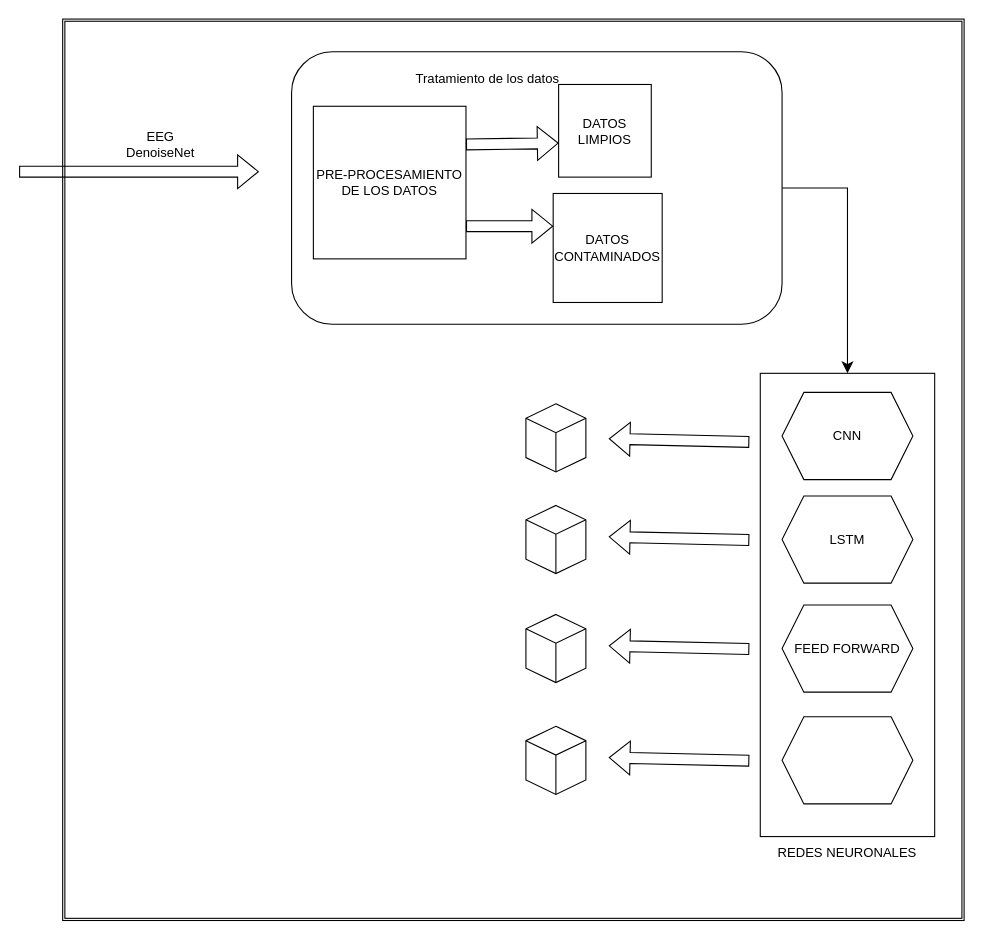
The draw.io diagram black-box.drawio in bramenn/eeg-repo, before the edit. Source tidied: cells renumbered, new cells numbered last; positions are measured from the earlier drawing's top-left corner, leaving out a move shared by most shapes. Both pictures are drawn from the tidied source at 109%, with x=0, y=0 at pixel (19, 19).
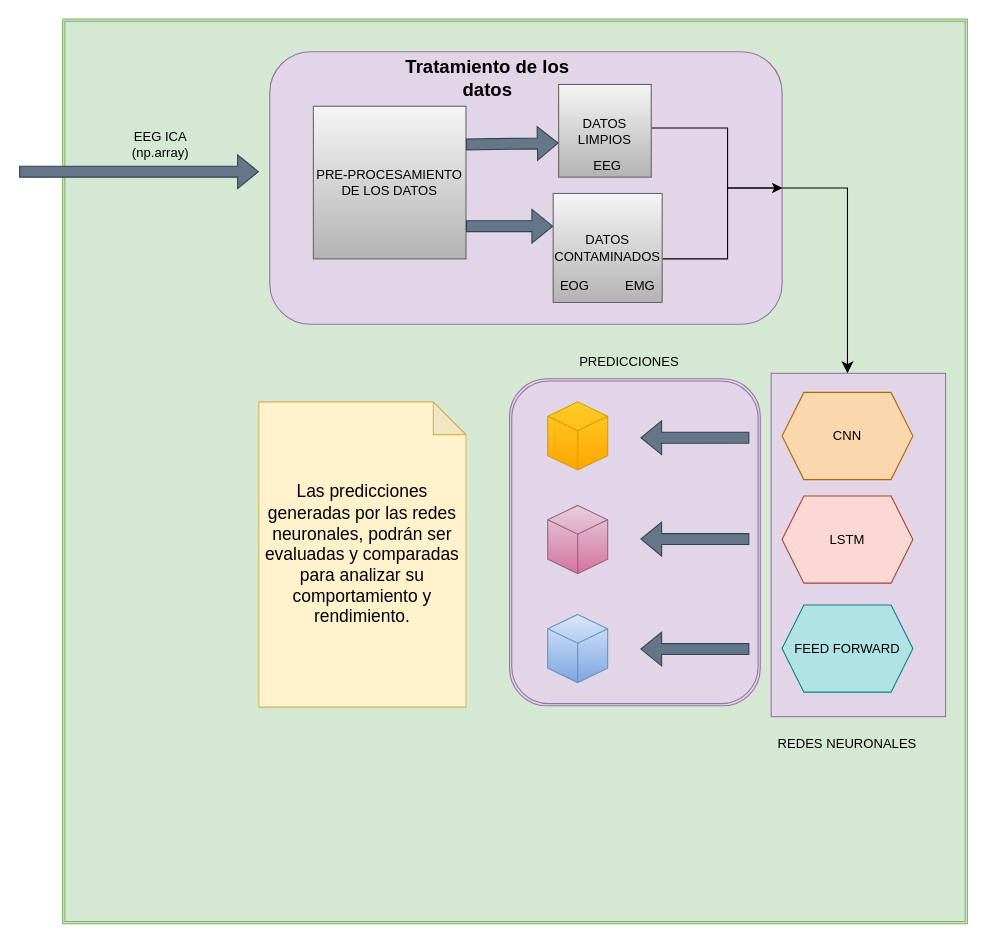
After the change.

Commit message (it also covers changes not shown here):
Se agrega correcion de la caja negra

Diff of the diagram source:
```diff
@@
-    <mxCell id="2" style="shape=ext;double=1;whiteSpace=wrap;html=1;" parent="1" vertex="1">
-      <mxGeometry x="40" width="827" height="827" as="geometry" />
+    <mxCell id="2" style="shape=ext;double=1;whiteSpace=wrap;html=1;fillColor=#d5e8d4;strokeColor=#82b366;" parent="1" vertex="1">
+      <mxGeometry x="40" width="830" height="830" as="geometry" />
     </mxCell>
+    <mxCell id="27" style="shape=ext;double=1;rounded=1;whiteSpace=wrap;html=1;fillColor=#e1d5e7;strokeColor=#9673a6;" parent="1" vertex="1">
+      <mxGeometry x="450" y="330" width="230" height="300" as="geometry" />
+    </mxCell>
-    <mxCell id="3" style="rounded=0;whiteSpace=wrap;html=1;" parent="1" vertex="1">
-      <mxGeometry x="680" y="325" width="160" height="425" as="geometry" />
+    <mxCell id="3" style="rounded=0;whiteSpace=wrap;html=1;fillColor=#e1d5e7;strokeColor=#9673a6;" parent="1" vertex="1">
+      <mxGeometry x="690" y="325" width="160" height="315" as="geometry" />
     </mxCell>
-    <mxCell id="4" style="rounded=1;whiteSpace=wrap;html=1;" parent="1" vertex="1">
-      <mxGeometry x="250" y="30" width="450" height="250" as="geometry" />
+    <mxCell id="4" style="rounded=1;whiteSpace=wrap;html=1;fillColor=#e1d5e7;strokeColor=#9673a6;" parent="1" vertex="1">
+      <mxGeometry x="230" y="30" width="470" height="250" as="geometry" />
     </mxCell>
-    <mxCell id="5" style="shape=flexArrow;endArrow=classic;html=1;rounded=0;" parent="1" edge="1">
+    <mxCell id="5" style="shape=flexArrow;endArrow=classic;html=1;rounded=0;fillColor=#647687;strokeColor=#314354;" parent="1" edge="1">
       <mxGeometry relative="1" as="geometry">
         <mxPoint y="140" as="sourcePoint" />
         <mxPoint x="220" y="140" as="targetPoint" />
       </mxGeometry>
     </mxCell>
-    <mxCell id="6" value="EEG DenoiseNet" style="text;html=1;strokeColor=none;fillColor=none;align=center;verticalAlign=middle;whiteSpace=wrap;rounded=0;" parent="1" vertex="1">
+    <mxCell id="6" value="EEG ICA (np.array)" style="text;html=1;strokeColor=none;fillColor=none;align=center;verticalAlign=middle;whiteSpace=wrap;rounded=0;" parent="1" vertex="1">
       <mxGeometry x="100" y="100" width="60" height="30" as="geometry" />
     </mxCell>
-    <mxCell id="7" value="PRE-PROCESAMIENTO DE LOS DATOS" style="whiteSpace=wrap;html=1;" parent="1" vertex="1">
+    <mxCell id="7" value="PRE-PROCESAMIENTO DE LOS DATOS" style="whiteSpace=wrap;html=1;fillColor=#f5f5f5;gradientColor=#b3b3b3;strokeColor=#666666;" parent="1" vertex="1">
       <mxGeometry x="270" y="80" width="140" height="140" as="geometry" />
     </mxCell>
+    <mxCell id="28" style="edgeStyle=orthogonalEdgeStyle;rounded=0;jettySize=auto;html=1;entryX=1;entryY=0.5;entryDx=0;entryDy=0;" parent="1" edge="1" source="8" target="4">
+      <mxGeometry relative="1" as="geometry">
+        <Array as="points">
+          <mxPoint x="650" y="100" />
+          <mxPoint x="650" y="155" />
+        </Array>
+      </mxGeometry>
+    </mxCell>
-    <mxCell id="8" value="DATOS LIMPIOS" style="whiteSpace=wrap;html=1;" parent="1" vertex="1">
+    <mxCell id="8" value="DATOS LIMPIOS" style="whiteSpace=wrap;html=1;fillColor=#f5f5f5;gradientColor=#b3b3b3;strokeColor=#666666;" parent="1" vertex="1">
       <mxGeometry x="495" y="60" width="85" height="85" as="geometry" />
     </mxCell>
+    <mxCell id="29" style="edgeStyle=orthogonalEdgeStyle;rounded=0;jettySize=auto;html=1;entryX=1;entryY=0.5;entryDx=0;entryDy=0;" parent="1" edge="1" source="9" target="4">
+      <mxGeometry relative="1" as="geometry">
+        <Array as="points">
+          <mxPoint x="650" y="220" />
+          <mxPoint x="650" y="155" />
+        </Array>
+      </mxGeometry>
+    </mxCell>
-    <mxCell id="9" value="DATOS CONTAMINADOS" style="whiteSpace=wrap;html=1;" parent="1" vertex="1">
+    <mxCell id="9" value="DATOS CONTAMINADOS" style="whiteSpace=wrap;html=1;fillColor=#f5f5f5;gradientColor=#b3b3b3;strokeColor=#666666;" parent="1" vertex="1">
       <mxGeometry x="490" y="160" width="100" height="100" as="geometry" />
     </mxCell>
-    <mxCell id="10" value="Tratamiento de los datos" style="text;html=1;strokeColor=none;fillColor=none;align=center;verticalAlign=middle;whiteSpace=wrap;rounded=0;" parent="1" vertex="1">
+    <mxCell id="10" value="&lt;b&gt;&lt;font style=&quot;font-size: 17px;&quot;&gt;Tratamiento de los datos&lt;/font&gt;&lt;/b&gt;" style="text;html=1;strokeColor=none;fillColor=none;align=center;verticalAlign=middle;whiteSpace=wrap;rounded=0;" parent="1" vertex="1">
       <mxGeometry x="340" y="40" width="180" height="30" as="geometry" />
     </mxCell>
-    <mxCell id="11" value="CNN" style="shape=hexagon;perimeter=hexagonPerimeter2;whiteSpace=wrap;html=1;fixedSize=1;" parent="1" vertex="1">
+    <mxCell id="11" value="CNN" style="shape=hexagon;perimeter=hexagonPerimeter2;whiteSpace=wrap;html=1;fixedSize=1;fillColor=#fad7ac;strokeColor=#b46504;" parent="1" vertex="1">
       <mxGeometry x="700" y="342.5" width="120" height="80" as="geometry" />
     </mxCell>
-    <mxCell id="12" value="LSTM" style="shape=hexagon;perimeter=hexagonPerimeter2;whiteSpace=wrap;html=1;fixedSize=1;" parent="1" vertex="1">
+    <mxCell id="12" value="LSTM" style="shape=hexagon;perimeter=hexagonPerimeter2;whiteSpace=wrap;html=1;fixedSize=1;fillColor=#fad9d5;strokeColor=#ae4132;" parent="1" vertex="1">
       <mxGeometry x="700" y="437.5" width="120" height="80" as="geometry" />
     </mxCell>
-    <mxCell id="13" value="FEED FORWARD" style="shape=hexagon;perimeter=hexagonPerimeter2;whiteSpace=wrap;html=1;fixedSize=1;" parent="1" vertex="1">
+    <mxCell id="13" value="FEED FORWARD" style="shape=hexagon;perimeter=hexagonPerimeter2;whiteSpace=wrap;html=1;fixedSize=1;fillColor=#b0e3e6;strokeColor=#0e8088;" parent="1" vertex="1">
       <mxGeometry x="700" y="537.5" width="120" height="80" as="geometry" />
     </mxCell>
     <mxCell id="14" value="REDES NEURONALES" style="text;html=1;strokeColor=none;fillColor=none;align=center;verticalAlign=middle;whiteSpace=wrap;rounded=0;" parent="1" vertex="1">
-      <mxGeometry x="670" y="750" width="180" height="30" as="geometry" />
+      <mxGeometry x="670" y="650" width="180" height="30" as="geometry" />
     </mxCell>
-    <mxCell id="15" style="edgeStyle=elbowEdgeStyle;elbow=horizontal;endArrow=classic;html=1;curved=0;rounded=0;endSize=8;startSize=8;exitX=1;exitY=0.5;exitDx=0;exitDy=0;entryX=0.5;entryY=0;entryDx=0;entryDy=0;" parent="1" edge="1" source="4" target="3">
+    <mxCell id="15" style="edgeStyle=elbowEdgeStyle;elbow=horizontal;endArrow=classic;html=1;curved=0;rounded=0;endSize=8;startSize=8;exitX=1;exitY=0.5;exitDx=0;exitDy=0;" parent="1" edge="1" source="4" target="3">
       <mxGeometry relative="1" as="geometry">
         <Array as="points">
           <mxPoint x="760" y="230" />
         </Array>
       </mxGeometry>
     </mxCell>
-    <mxCell id="16" style="shape=flexArrow;endArrow=classic;html=1;rounded=0;exitX=1;exitY=0.25;exitDx=0;exitDy=0;entryX=0;entryY=0.633;entryDx=0;entryDy=0;entryPerimeter=0;" parent="1" edge="1" source="7" target="8">
+    <mxCell id="16" style="shape=flexArrow;endArrow=classic;html=1;rounded=0;exitX=1;exitY=0.25;exitDx=0;exitDy=0;entryX=0;entryY=0.633;entryDx=0;entryDy=0;entryPerimeter=0;fillColor=#647687;strokeColor=#314354;" parent="1" edge="1" source="7" target="8">
       <mxGeometry relative="1" as="geometry" />
     </mxCell>
-    <mxCell id="17" style="shape=flexArrow;endArrow=classic;html=1;rounded=0;exitX=1;exitY=0.25;exitDx=0;exitDy=0;entryX=0;entryY=0.5;entryDx=0;entryDy=0;" parent="1" edge="1">
+    <mxCell id="17" style="shape=flexArrow;endArrow=classic;html=1;rounded=0;exitX=1;exitY=0.25;exitDx=0;exitDy=0;entryX=0;entryY=0.5;entryDx=0;entryDy=0;fillColor=#647687;strokeColor=#314354;" parent="1" edge="1">
       <mxGeometry relative="1" as="geometry">
         <mxPoint x="410" y="190" as="sourcePoint" />
         <mxPoint x="490" y="190" as="targetPoint" />
       </mxGeometry>
     </mxCell>
-    <mxCell id="18" style="shape=flexArrow;endArrow=classic;html=1;rounded=0;exitX=-0.006;exitY=0.395;exitDx=0;exitDy=0;exitPerimeter=0;" parent="1" edge="1">
-      <mxGeometry relative="1" as="geometry">
-        <mxPoint x="670" y="387.9" as="sourcePoint" />
-        <mxPoint x="541" y="385" as="targetPoint" />
-      </mxGeometry>
-    </mxCell>
-    <mxCell id="19" style="html=1;whiteSpace=wrap;shape=isoCube2;backgroundOutline=1;isoAngle=15;" parent="1" vertex="1">
-      <mxGeometry x="465" y="353" width="55" height="62.5" as="geometry" />
+    <mxCell id="19" style="html=1;whiteSpace=wrap;shape=isoCube2;backgroundOutline=1;isoAngle=15;fillColor=#ffcd28;gradientColor=#ffa500;strokeColor=#d79b00;" parent="1" vertex="1">
+      <mxGeometry x="485" y="351.2" width="55" height="62.5" as="geometry" />
     </mxCell>
-    <mxCell id="20" style="shape=hexagon;perimeter=hexagonPerimeter2;whiteSpace=wrap;html=1;fixedSize=1;" parent="1" vertex="1">
-      <mxGeometry x="700" y="640" width="120" height="80" as="geometry" />
-    </mxCell>
-    <mxCell id="21" style="shape=flexArrow;endArrow=classic;html=1;rounded=0;exitX=-0.006;exitY=0.395;exitDx=0;exitDy=0;exitPerimeter=0;" parent="1" edge="1">
-      <mxGeometry relative="1" as="geometry">
-        <mxPoint x="670" y="477.9" as="sourcePoint" />
-        <mxPoint x="541" y="475" as="targetPoint" />
-      </mxGeometry>
-    </mxCell>
-    <mxCell id="22" style="html=1;whiteSpace=wrap;shape=isoCube2;backgroundOutline=1;isoAngle=15;" parent="1" vertex="1">
-      <mxGeometry x="465" y="446.2" width="55" height="62.5" as="geometry" />
+    <mxCell id="22" style="html=1;whiteSpace=wrap;shape=isoCube2;backgroundOutline=1;isoAngle=15;fillColor=#e6d0de;gradientColor=#d5739d;strokeColor=#996185;" parent="1" vertex="1">
+      <mxGeometry x="485" y="446.2" width="55" height="62.5" as="geometry" />
     </mxCell>
-    <mxCell id="23" style="shape=flexArrow;endArrow=classic;html=1;rounded=0;exitX=-0.006;exitY=0.395;exitDx=0;exitDy=0;exitPerimeter=0;" parent="1" edge="1">
+    <mxCell id="23" style="shape=flexArrow;endArrow=classic;html=1;rounded=0;exitX=-0.006;exitY=0.395;exitDx=0;exitDy=0;exitPerimeter=0;fillColor=#647687;strokeColor=#314354;" parent="1" edge="1">
       <mxGeometry relative="1" as="geometry">
         <mxPoint x="670" y="577.9" as="sourcePoint" />
-        <mxPoint x="541" y="575" as="targetPoint" />
+        <mxPoint x="570" y="578" as="targetPoint" />
       </mxGeometry>
     </mxCell>
-    <mxCell id="24" style="html=1;whiteSpace=wrap;shape=isoCube2;backgroundOutline=1;isoAngle=15;" parent="1" vertex="1">
-      <mxGeometry x="465" y="546.2" width="55" height="62.5" as="geometry" />
+    <mxCell id="24" style="html=1;whiteSpace=wrap;shape=isoCube2;backgroundOutline=1;isoAngle=15;fillColor=#dae8fc;gradientColor=#7ea6e0;strokeColor=#6c8ebf;" parent="1" vertex="1">
+      <mxGeometry x="485" y="546.2" width="55" height="62.5" as="geometry" />
     </mxCell>
-    <mxCell id="25" style="shape=flexArrow;endArrow=classic;html=1;rounded=0;exitX=-0.006;exitY=0.395;exitDx=0;exitDy=0;exitPerimeter=0;" parent="1" edge="1">
-      <mxGeometry relative="1" as="geometry">
-        <mxPoint x="670" y="680.4" as="sourcePoint" />
-        <mxPoint x="541" y="677.5" as="targetPoint" />
-      </mxGeometry>
-    </mxCell>
-    <mxCell id="26" style="html=1;whiteSpace=wrap;shape=isoCube2;backgroundOutline=1;isoAngle=15;" parent="1" vertex="1">
-      <mxGeometry x="465" y="648.8" width="55" height="62.5" as="geometry" />
-    </mxCell>
+    <mxCell id="30" value="EOG" style="text;html=1;strokeColor=none;fillColor=none;align=center;verticalAlign=middle;whiteSpace=wrap;rounded=0;" parent="1" vertex="1">
+      <mxGeometry x="480" y="230" width="60" height="30" as="geometry" />
+    </mxCell>
+    <mxCell id="31" value="EMG" style="text;html=1;strokeColor=none;fillColor=none;align=center;verticalAlign=middle;whiteSpace=wrap;rounded=0;" parent="1" vertex="1">
+      <mxGeometry x="540" y="230" width="60" height="30" as="geometry" />
+    </mxCell>
+    <mxCell id="32" value="PREDICCIONES" style="text;html=1;strokeColor=none;fillColor=none;align=center;verticalAlign=middle;whiteSpace=wrap;rounded=0;" parent="1" vertex="1">
+      <mxGeometry x="470" y="300" width="180" height="30" as="geometry" />
+    </mxCell>
+    <mxCell id="33" style="shape=flexArrow;endArrow=classic;html=1;rounded=0;exitX=-0.006;exitY=0.395;exitDx=0;exitDy=0;exitPerimeter=0;fillColor=#647687;strokeColor=#314354;" parent="1" edge="1">
+      <mxGeometry relative="1" as="geometry">
+        <mxPoint x="670" y="384" as="sourcePoint" />
+        <mxPoint x="570" y="384.1" as="targetPoint" />
+      </mxGeometry>
+    </mxCell>
+    <mxCell id="34" style="shape=flexArrow;endArrow=classic;html=1;rounded=0;exitX=-0.006;exitY=0.395;exitDx=0;exitDy=0;exitPerimeter=0;fillColor=#647687;strokeColor=#314354;" parent="1" edge="1">
+      <mxGeometry relative="1" as="geometry">
+        <mxPoint x="670" y="477" as="sourcePoint" />
+        <mxPoint x="570" y="477.1" as="targetPoint" />
+      </mxGeometry>
+    </mxCell>
+    <mxCell id="35" value="&lt;div style=&quot;&quot;&gt;&lt;font style=&quot;font-size: 16px;&quot;&gt;Las predicciones generadas por las redes neuronales, podrán ser evaluadas y comparadas para analizar su comportamiento y rendimiento.&lt;/font&gt;&lt;br&gt;&lt;/div&gt;" style="shape=note;whiteSpace=wrap;html=1;backgroundOutline=1;darkOpacity=0.05;align=center;fillColor=#fff2cc;strokeColor=#d6b656;" parent="1" vertex="1">
+      <mxGeometry x="220" y="351.2" width="190" height="280" as="geometry" />
+    </mxCell>
+    <mxCell id="36" value="EEG" style="text;html=1;strokeColor=none;fillColor=none;align=center;verticalAlign=middle;whiteSpace=wrap;rounded=0;" parent="1" vertex="1">
+      <mxGeometry x="510" y="120" width="60" height="30" as="geometry" />
+    </mxCell>
```
